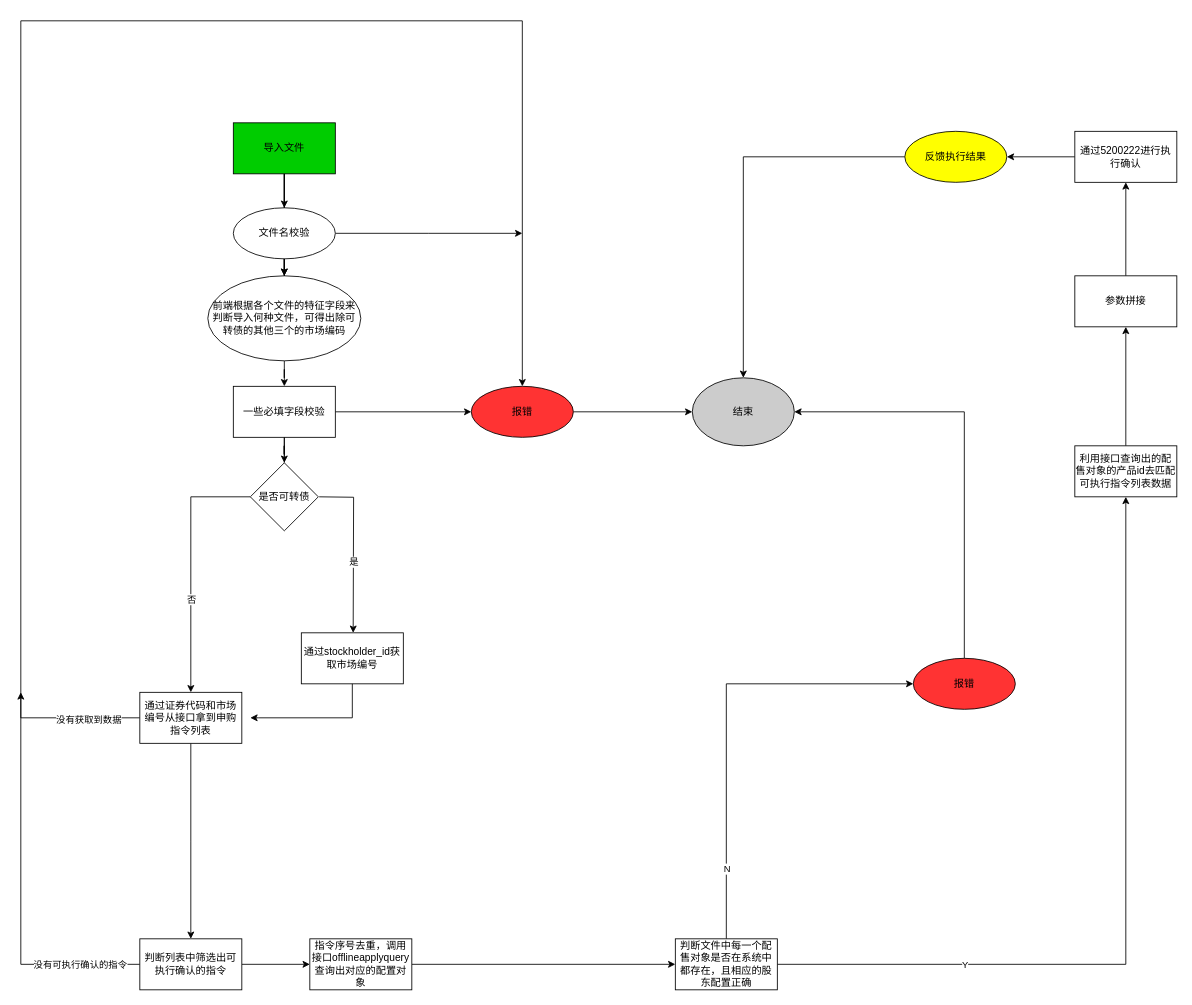
This is 执行确认.drawio from caiwuu/draw.io, a draw.io file, before an edit. Source tidied: cells renumbered, new cells numbered last; positions are measured from the earlier drawing's top-left corner, leaving out a move shared by most shapes. Both pictures are drawn from the tidied source at 85%, with x=0, y=0 at pixel (20, 20).
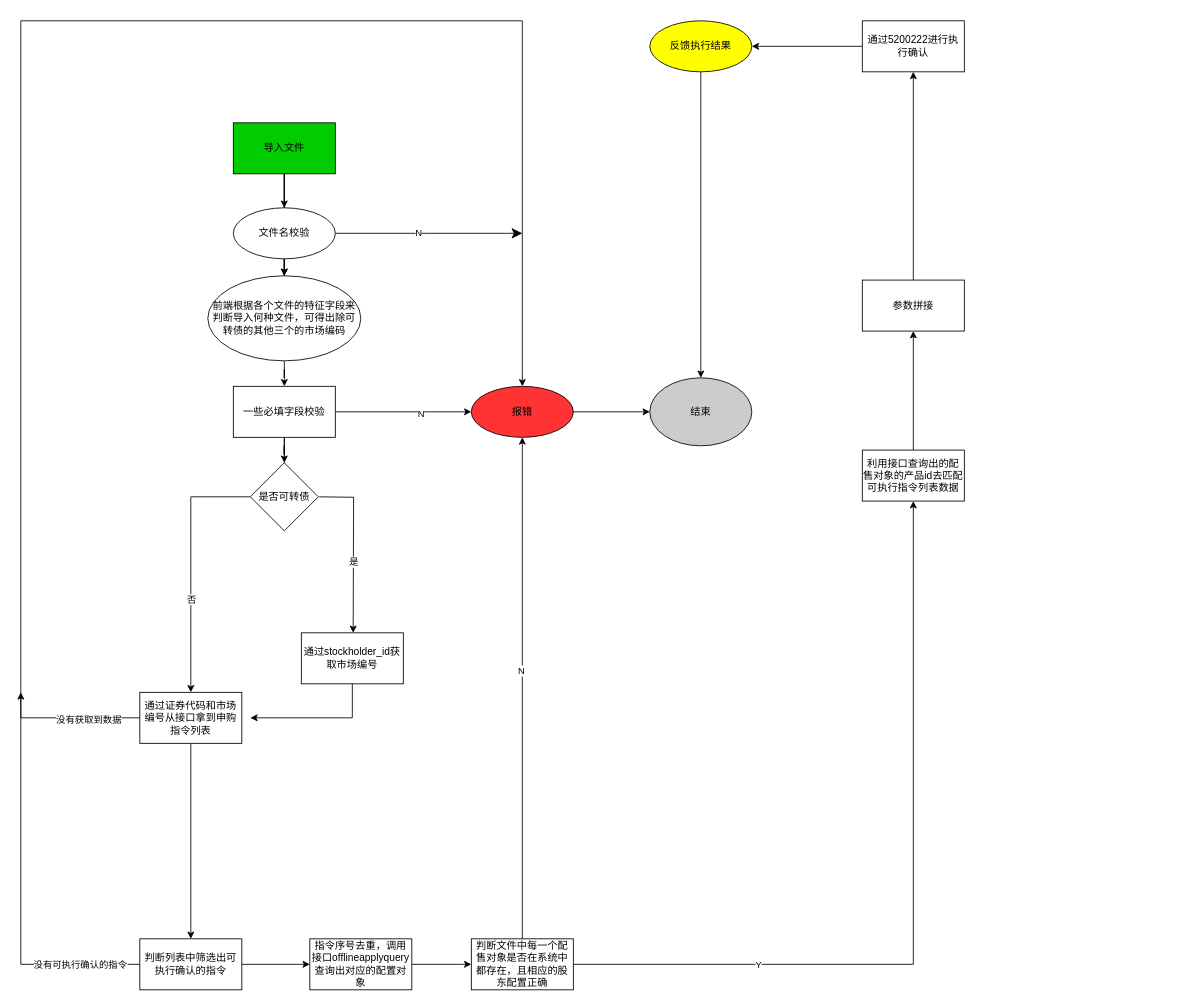
The same diagram, later.

Commit message:
更新执行确认.drawio

The change refers to these unchanged cells:
```xml
<mxCell id="10" style="edgeStyle=orthogonalEdgeStyle;rounded=0;jettySize=auto;html=1;entryX=0;entryY=0.5;entryDx=0;entryDy=0;" parent="1" edge="1" source="11" target="50">
  <mxGeometry relative="1" as="geometry" />
</mxCell>
<mxCell id="15" value="文件名校验" style="ellipse;whiteSpace=wrap;html=1;rounded=0;" parent="1" vertex="1">
  <mxGeometry x="250" y="220" width="120" height="60" as="geometry" />
</mxCell>
<mxCell id="50" value="报错" style="ellipse;whiteSpace=wrap;html=1;rounded=0;fillColor=#FF3333;" parent="1" vertex="1">
  <mxGeometry x="530" y="430" width="120" height="60" as="geometry" />
</mxCell>
```

What changed in the source:
```diff
@@
+    <mxCell id="51" value="N" style="edgeLabel;html=1;align=center;verticalAlign=middle;" parent="10" vertex="1">
+      <mxGeometry x="0.25" y="-2" relative="1" as="geometry" />
+    </mxCell>
@@
-    <mxCell id="14" style="edgeStyle=orthogonalEdgeStyle;rounded=0;jettySize=auto;html=1;" parent="1" edge="1" source="15">
+    <mxCell id="14" style="edgeStyle=orthogonalEdgeStyle;rounded=0;jettySize=auto;html=1;endArrow=classic;endFill=1;endSize=10;strokeWidth=1;" parent="1" edge="1" source="15">
       <mxGeometry relative="1" as="geometry">
         <mxPoint x="590" y="250" as="targetPoint" />
       </mxGeometry>
     </mxCell>
+    <mxCell id="52" value="N" style="edgeLabel;html=1;align=center;verticalAlign=middle;" parent="14" vertex="1">
+      <mxGeometry x="-0.12" y="1" relative="1" as="geometry" />
+    </mxCell>
@@
-    <mxCell id="27" style="edgeStyle=orthogonalEdgeStyle;rounded=0;jettySize=auto;html=1;" parent="1" edge="1" source="31" target="33">
-      <mxGeometry relative="1" as="geometry">
-        <Array as="points">
-          <mxPoint x="830" y="780" />
-        </Array>
-      </mxGeometry>
-    </mxCell>
-    <mxCell id="28" value="N" style="edgeLabel;html=1;align=center;verticalAlign=middle;" parent="27" vertex="1">
-      <mxGeometry x="-0.68" relative="1" as="geometry" />
-    </mxCell>
     <mxCell id="29" style="edgeStyle=orthogonalEdgeStyle;rounded=0;jettySize=auto;html=1;" parent="1" edge="1" source="31" target="35">
       <mxGeometry relative="1" as="geometry">
         <Array as="points">
-          <mxPoint x="1300" y="1110" />
+          <mxPoint x="1050" y="1110" />
         </Array>
       </mxGeometry>
     </mxCell>
@@
+    <mxCell id="53" style="edgeStyle=orthogonalEdgeStyle;rounded=0;jettySize=auto;html=1;entryX=0.5;entryY=1;entryDx=0;entryDy=0;" parent="1" edge="1" source="31" target="50">
+      <mxGeometry relative="1" as="geometry" />
+    </mxCell>
+    <mxCell id="54" value="N" style="edgeLabel;html=1;align=center;verticalAlign=middle;" parent="53" vertex="1">
+      <mxGeometry x="0.07" y="2" relative="1" as="geometry" />
+    </mxCell>
     <mxCell id="31" value="判断文件中每一个配售对象是否在系统中都存在，且相应的股东配置正确" style="whiteSpace=wrap;html=1;rounded=0;" parent="1" vertex="1">
-      <mxGeometry x="770" y="1080" width="120" height="60" as="geometry" />
+      <mxGeometry x="530" y="1080" width="120" height="60" as="geometry" />
     </mxCell>
-    <mxCell id="32" style="edgeStyle=orthogonalEdgeStyle;rounded=0;jettySize=auto;html=1;" parent="1" edge="1" source="33" target="42">
-      <mxGeometry relative="1" as="geometry">
-        <Array as="points">
-          <mxPoint x="1110" y="460" />
-        </Array>
-      </mxGeometry>
-    </mxCell>
-    <mxCell id="33" value="报错" style="ellipse;whiteSpace=wrap;html=1;rounded=0;fillColor=#FF3333;" parent="1" vertex="1">
-      <mxGeometry x="1050" y="750" width="120" height="60" as="geometry" />
-    </mxCell>
@@
     <mxCell id="35" value="利用接口查询出的配售对象的产品id去匹配可执行指令列表数据" style="whiteSpace=wrap;html=1;rounded=0;" parent="1" vertex="1">
-      <mxGeometry x="1240" y="500" width="120" height="60" as="geometry" />
+      <mxGeometry x="990" y="505" width="120" height="60" as="geometry" />
     </mxCell>
@@
     <mxCell id="37" value="参数拼接" style="whiteSpace=wrap;html=1;rounded=0;" parent="1" vertex="1">
-      <mxGeometry x="1240" y="300" width="120" height="60" as="geometry" />
+      <mxGeometry x="990" y="305" width="120" height="60" as="geometry" />
     </mxCell>
@@
     <mxCell id="39" value="通过5200222进行执行确认" style="whiteSpace=wrap;html=1;rounded=0;" parent="1" vertex="1">
-      <mxGeometry x="1240" y="130" width="120" height="60" as="geometry" />
+      <mxGeometry x="990" width="120" height="60" as="geometry" />
     </mxCell>
@@
     <mxCell id="41" value="反馈执行结果" style="ellipse;whiteSpace=wrap;html=1;rounded=0;fillColor=#FFFF00;" parent="1" vertex="1">
-      <mxGeometry x="1040" y="130" width="120" height="60" as="geometry" />
+      <mxGeometry x="740" width="120" height="60" as="geometry" />
     </mxCell>
     <mxCell id="42" value="结束" style="ellipse;whiteSpace=wrap;html=1;fillColor=#CCCCCC;" parent="1" vertex="1">
-      <mxGeometry x="790" y="420" width="120" height="80" as="geometry" />
+      <mxGeometry x="740" y="420" width="120" height="80" as="geometry" />
     </mxCell>
```
